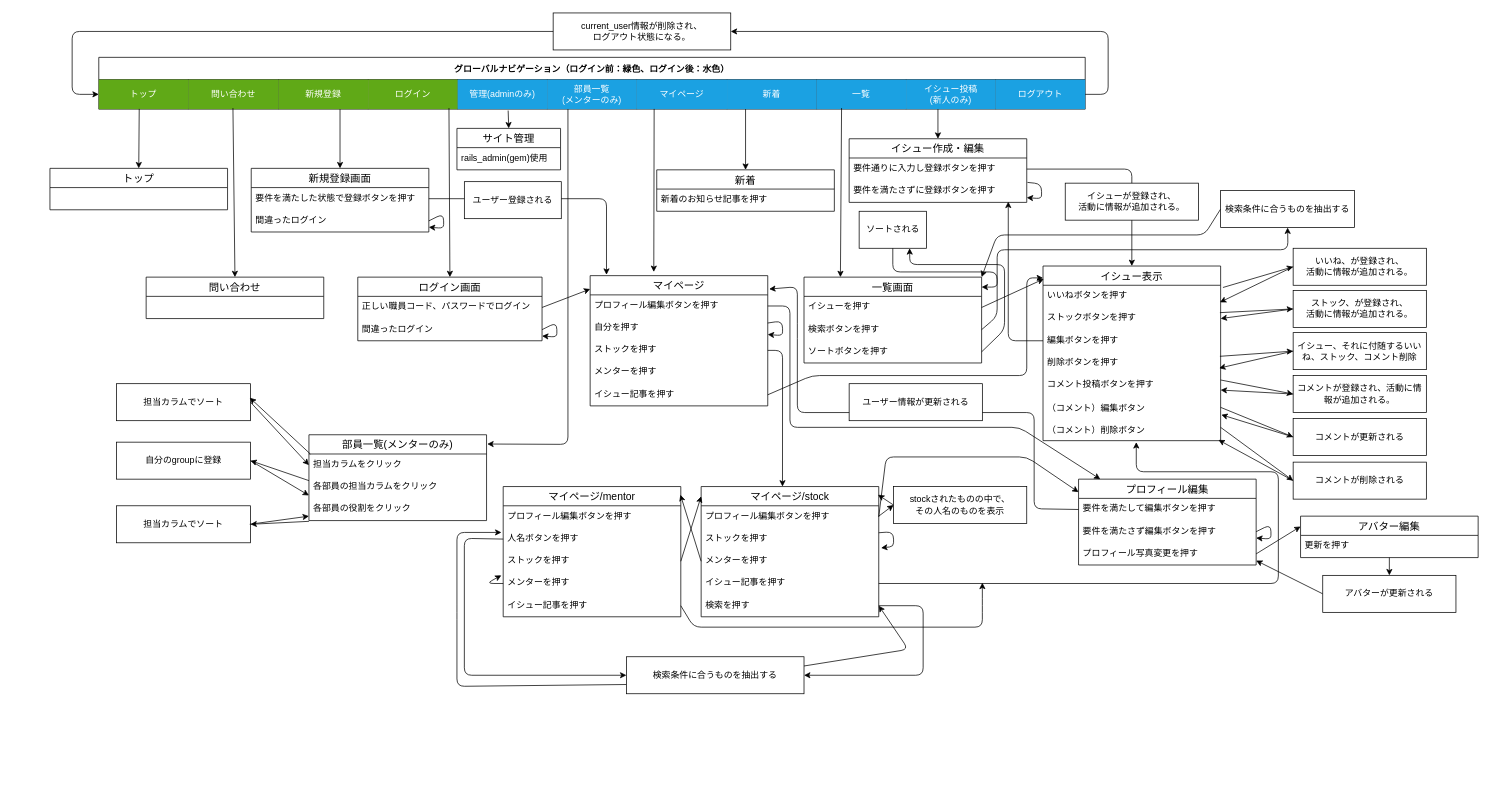
fumtas1k/issues_app keeps this draw.io diagram as RDD/ui_flow.drawio. Above is the earlier version. Source tidied: cells renumbered, new cells numbered last; positions are measured from the earlier drawing's top-left corner, leaving out a move shared by most shapes. Both pictures are drawn from the tidied source at 74%, with x=0, y=0 at pixel (50, 13).
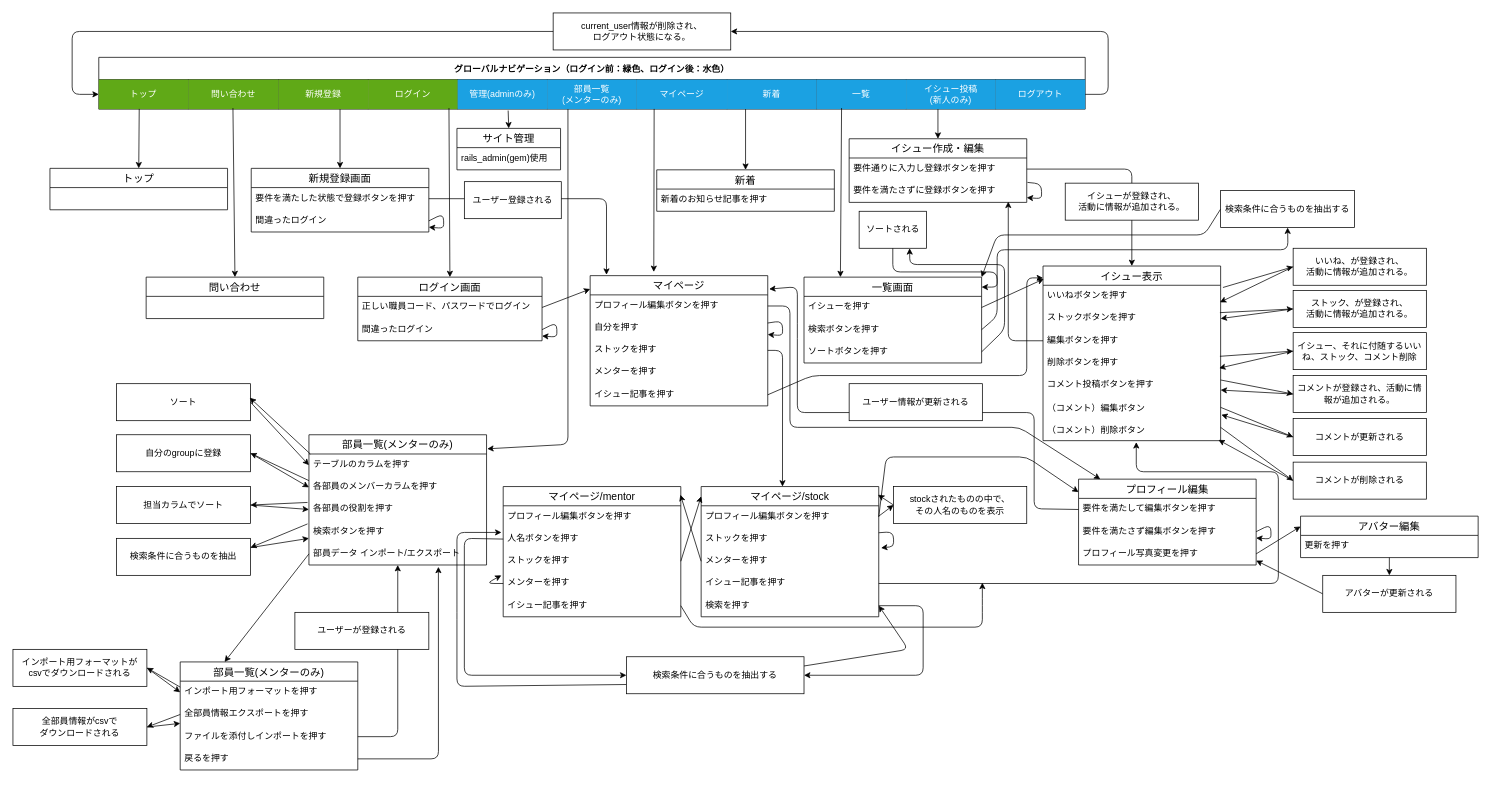
Above is the later version.

What changed in the source:
```diff
@@
     <mxCell id="74" value="部員一覧(メンターのみ)" style="swimlane;fontStyle=0;horizontal=1;startSize=26;align=center;fontSize=14;" parent="1" vertex="1">
-      <mxGeometry x="350" y="570" width="240" height="116" as="geometry" />
+      <mxGeometry x="350" y="570" width="240" height="176" as="geometry" />
     </mxCell>
-    <mxCell id="75" value="担当カラムをクリック" style="text;strokeColor=none;fillColor=none;spacingLeft=4;spacingRight=4;overflow=hidden;points=[[0,0.5],[1,0.5]];portConstraint=eastwest;fontSize=12;" parent="74" vertex="1">
+    <mxCell id="75" value="テーブルのカラムを押す" style="text;strokeColor=none;fillColor=none;spacingLeft=4;spacingRight=4;overflow=hidden;points=[[0,0.5],[1,0.5]];portConstraint=eastwest;fontSize=12;" parent="74" vertex="1">
       <mxGeometry y="26" width="240" height="30" as="geometry" />
     </mxCell>
-    <mxCell id="76" value="各部員の担当カラムをクリック" style="text;strokeColor=none;fillColor=none;spacingLeft=4;spacingRight=4;overflow=hidden;points=[[0,0.5],[1,0.5]];portConstraint=eastwest;fontSize=12;" parent="74" vertex="1">
+    <mxCell id="76" value="各部員のメンバーカラムを押す" style="text;strokeColor=none;fillColor=none;spacingLeft=4;spacingRight=4;overflow=hidden;points=[[0,0.5],[1,0.5]];portConstraint=eastwest;fontSize=12;" parent="74" vertex="1">
       <mxGeometry y="56" width="240" height="30" as="geometry" />
     </mxCell>
-    <mxCell id="77" value="各部員の役割をクリック" style="text;strokeColor=none;fillColor=none;spacingLeft=4;spacingRight=4;overflow=hidden;points=[[0,0.5],[1,0.5]];portConstraint=eastwest;fontSize=12;" parent="74" vertex="1">
+    <mxCell id="77" value="各部員の役割を押す" style="text;strokeColor=none;fillColor=none;spacingLeft=4;spacingRight=4;overflow=hidden;points=[[0,0.5],[1,0.5]];portConstraint=eastwest;fontSize=12;" parent="74" vertex="1">
       <mxGeometry y="86" width="240" height="30" as="geometry" />
     </mxCell>
+    <mxCell id="152" value="検索ボタンを押す" style="text;strokeColor=none;fillColor=none;spacingLeft=4;spacingRight=4;overflow=hidden;points=[[0,0.5],[1,0.5]];portConstraint=eastwest;fontSize=12;" parent="74" vertex="1">
+      <mxGeometry y="116" width="240" height="30" as="geometry" />
+    </mxCell>
+    <mxCell id="153" value="部員データ インポート/エクスポート" style="text;strokeColor=none;fillColor=none;spacingLeft=4;spacingRight=4;overflow=hidden;points=[[0,0.5],[1,0.5]];portConstraint=eastwest;fontSize=12;" parent="74" vertex="1">
+      <mxGeometry y="146" width="240" height="30" as="geometry" />
+    </mxCell>
@@
     <mxCell id="80" value="自分のgroupに登録" style="whiteSpace=wrap;html=1;align=center;" parent="1" vertex="1">
-      <mxGeometry x="90" y="580" width="181" height="50" as="geometry" />
+      <mxGeometry x="90" y="570" width="181" height="50" as="geometry" />
     </mxCell>
@@
-    <mxCell id="85" style="endArrow=classic;html=1;exitX=1;exitY=0.5;exitDx=0;exitDy=0;entryX=0;entryY=0.867;entryDx=0;entryDy=0;entryPerimeter=0;" parent="1" edge="1" source="80" target="76">
+    <mxCell id="85" style="endArrow=classic;html=1;exitX=1;exitY=0.5;exitDx=0;exitDy=0;entryX=0;entryY=0.5;entryDx=0;entryDy=0;" parent="1" edge="1" source="80" target="76">
       <mxGeometry relative="1" as="geometry" />
     </mxCell>
-    <mxCell id="86" value="担当カラムでソート" style="whiteSpace=wrap;html=1;align=center;" parent="1" vertex="1">
+    <mxCell id="86" value="ソート" style="whiteSpace=wrap;html=1;align=center;" parent="1" vertex="1">
       <mxGeometry x="90" y="501" width="181" height="50" as="geometry" />
     </mxCell>
@@
     <mxCell id="101" value="担当カラムでソート" style="whiteSpace=wrap;html=1;align=center;" parent="1" vertex="1">
-      <mxGeometry x="90" y="666" width="181" height="50" as="geometry" />
+      <mxGeometry x="90" y="640" width="181" height="50" as="geometry" />
     </mxCell>
-    <mxCell id="102" style="endArrow=classic;html=1;entryX=0;entryY=0.8;entryDx=0;entryDy=0;entryPerimeter=0;" parent="1" edge="1" target="77">
-      <mxGeometry relative="1" as="geometry">
-        <mxPoint x="270" y="691" as="sourcePoint" />
-      </mxGeometry>
+    <mxCell id="102" style="endArrow=classic;html=1;entryX=0;entryY=0.5;entryDx=0;entryDy=0;exitX=1;exitY=0.5;exitDx=0;exitDy=0;" parent="1" edge="1" source="101" target="77">
+      <mxGeometry relative="1" as="geometry" />
     </mxCell>
-    <mxCell id="103" style="endArrow=classic;html=1;entryX=1;entryY=0.5;entryDx=0;entryDy=0;exitX=0;exitY=1.033;exitDx=0;exitDy=0;exitPerimeter=0;" parent="1" edge="1" target="101">
-      <mxGeometry relative="1" as="geometry">
-        <mxPoint x="350" y="687" as="sourcePoint" />
-      </mxGeometry>
+    <mxCell id="103" style="endArrow=classic;html=1;entryX=1;entryY=0.5;entryDx=0;entryDy=0;exitX=-0.008;exitY=0.183;exitDx=0;exitDy=0;exitPerimeter=0;" parent="1" edge="1" source="77" target="101">
+      <mxGeometry relative="1" as="geometry" />
     </mxCell>
@@
+    <mxCell id="154" style="edgeStyle=none;html=1;exitX=1;exitY=0.25;exitDx=0;exitDy=0;" parent="1" edge="1" source="155">
+      <mxGeometry relative="1" as="geometry">
+        <mxPoint x="350" y="710" as="targetPoint" />
+      </mxGeometry>
+    </mxCell>
+    <mxCell id="155" value="検索条件に合うものを抽出" style="whiteSpace=wrap;html=1;align=center;" parent="1" vertex="1">
+      <mxGeometry x="90" y="710" width="181" height="50" as="geometry" />
+    </mxCell>
+    <mxCell id="156" style="edgeStyle=none;html=1;exitX=-0.008;exitY=0.15;exitDx=0;exitDy=0;entryX=1;entryY=0.25;entryDx=0;entryDy=0;exitPerimeter=0;" parent="1" edge="1" source="152" target="155">
+      <mxGeometry relative="1" as="geometry" />
+    </mxCell>
+    <mxCell id="157" value="部員一覧(メンターのみ)" style="swimlane;fontStyle=0;horizontal=1;startSize=26;align=center;fontSize=14;" parent="1" vertex="1">
+      <mxGeometry x="176" y="877" width="240" height="146" as="geometry" />
+    </mxCell>
+    <mxCell id="158" value="インポート用フォーマットを押す" style="text;strokeColor=none;fillColor=none;spacingLeft=4;spacingRight=4;overflow=hidden;points=[[0,0.5],[1,0.5]];portConstraint=eastwest;fontSize=12;" parent="157" vertex="1">
+      <mxGeometry y="26" width="240" height="30" as="geometry" />
+    </mxCell>
+    <mxCell id="159" value="全部員情報エクスポートを押す" style="text;strokeColor=none;fillColor=none;spacingLeft=4;spacingRight=4;overflow=hidden;points=[[0,0.5],[1,0.5]];portConstraint=eastwest;fontSize=12;" parent="157" vertex="1">
+      <mxGeometry y="56" width="240" height="30" as="geometry" />
+    </mxCell>
+    <mxCell id="160" value="ファイルを添付しインポートを押す" style="text;strokeColor=none;fillColor=none;spacingLeft=4;spacingRight=4;overflow=hidden;points=[[0,0.5],[1,0.5]];portConstraint=eastwest;fontSize=12;" parent="157" vertex="1">
+      <mxGeometry y="86" width="240" height="30" as="geometry" />
+    </mxCell>
+    <mxCell id="161" value="戻るを押す" style="text;strokeColor=none;fillColor=none;spacingLeft=4;spacingRight=4;overflow=hidden;points=[[0,0.5],[1,0.5]];portConstraint=eastwest;fontSize=12;" parent="157" vertex="1">
+      <mxGeometry y="116" width="240" height="30" as="geometry" />
+    </mxCell>
+    <mxCell id="162" style="edgeStyle=none;html=1;exitX=0;exitY=0.5;exitDx=0;exitDy=0;entryX=0.25;entryY=0;entryDx=0;entryDy=0;" parent="1" edge="1" source="153" target="157">
+      <mxGeometry relative="1" as="geometry" />
+    </mxCell>
+    <mxCell id="163" style="edgeStyle=none;html=1;entryX=0.729;entryY=1.083;entryDx=0;entryDy=0;entryPerimeter=0;exitX=1;exitY=0.5;exitDx=0;exitDy=0;" parent="1" edge="1" source="161" target="153">
+      <mxGeometry relative="1" as="geometry">
+        <Array as="points">
+          <mxPoint x="525" y="1008" />
+        </Array>
+      </mxGeometry>
+    </mxCell>
+    <mxCell id="164" style="edgeStyle=none;html=1;exitX=1;exitY=0.5;exitDx=0;exitDy=0;" parent="1" edge="1" source="160" target="153">
+      <mxGeometry relative="1" as="geometry">
+        <Array as="points">
+          <mxPoint x="470" y="978" />
+        </Array>
+      </mxGeometry>
+    </mxCell>
+    <mxCell id="165" value="ユーザーが登録される" style="whiteSpace=wrap;html=1;align=center;" parent="1" vertex="1">
+      <mxGeometry x="331" y="810" width="181" height="50" as="geometry" />
+    </mxCell>
+    <mxCell id="166" style="edgeStyle=none;html=1;exitX=1;exitY=0.5;exitDx=0;exitDy=0;entryX=0;entryY=0.5;entryDx=0;entryDy=0;" parent="1" edge="1" source="167" target="158">
+      <mxGeometry relative="1" as="geometry" />
+    </mxCell>
+    <mxCell id="167" value="インポート用フォーマットが&lt;br&gt;csvでダウンロードされる" style="whiteSpace=wrap;html=1;align=center;" parent="1" vertex="1">
+      <mxGeometry x="-50" y="860" width="181" height="50" as="geometry" />
+    </mxCell>
+    <mxCell id="168" style="edgeStyle=none;html=1;exitX=1;exitY=0.5;exitDx=0;exitDy=0;entryX=0;entryY=0.9;entryDx=0;entryDy=0;entryPerimeter=0;" parent="1" edge="1" source="169" target="159">
+      <mxGeometry relative="1" as="geometry" />
+    </mxCell>
+    <mxCell id="169" value="全部員情報がcsvで&lt;br&gt;ダウンロードされる" style="whiteSpace=wrap;html=1;align=center;" parent="1" vertex="1">
+      <mxGeometry x="-50" y="940" width="181" height="50" as="geometry" />
+    </mxCell>
+    <mxCell id="170" style="edgeStyle=none;html=1;exitX=0;exitY=0.267;exitDx=0;exitDy=0;entryX=1;entryY=0.5;entryDx=0;entryDy=0;exitPerimeter=0;" parent="1" edge="1" source="158" target="167">
+      <mxGeometry relative="1" as="geometry" />
+    </mxCell>
+    <mxCell id="171" style="edgeStyle=none;html=1;exitX=0;exitY=0.5;exitDx=0;exitDy=0;entryX=1;entryY=0.5;entryDx=0;entryDy=0;" parent="1" edge="1" source="159" target="169">
+      <mxGeometry relative="1" as="geometry" />
+    </mxCell>
```
